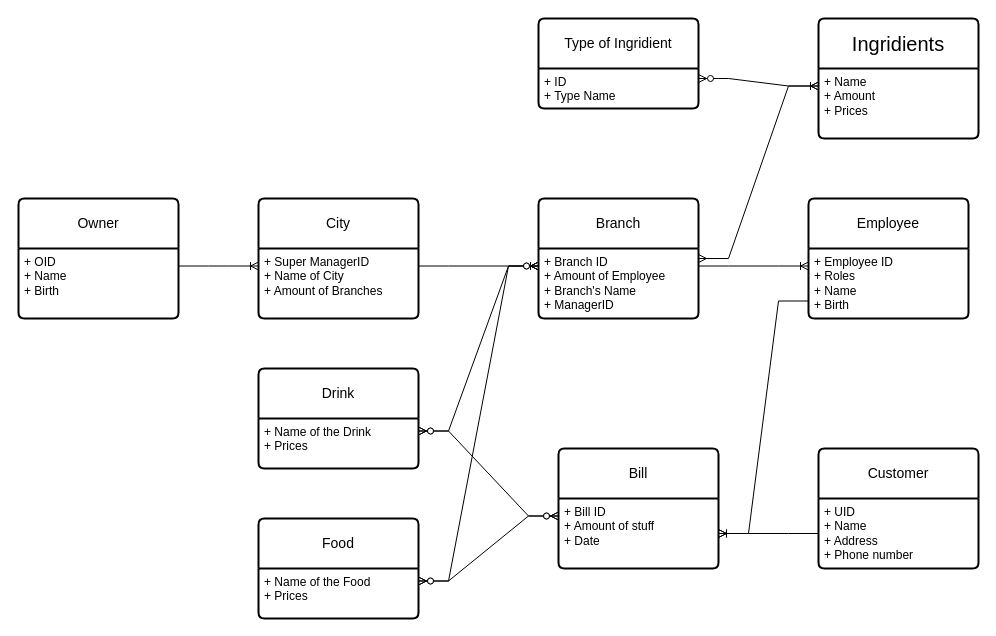
Above: Database/ER.drawio in Pencoding1/PhucLongWebApp (draw.io), before the change. Source tidied: cells renumbered, new cells numbered last; positions are measured from the earlier drawing's top-left corner, leaving out a move shared by most shapes. Both pictures are drawn from the tidied source at 100%, with x=0, y=0 at pixel (18, 18).
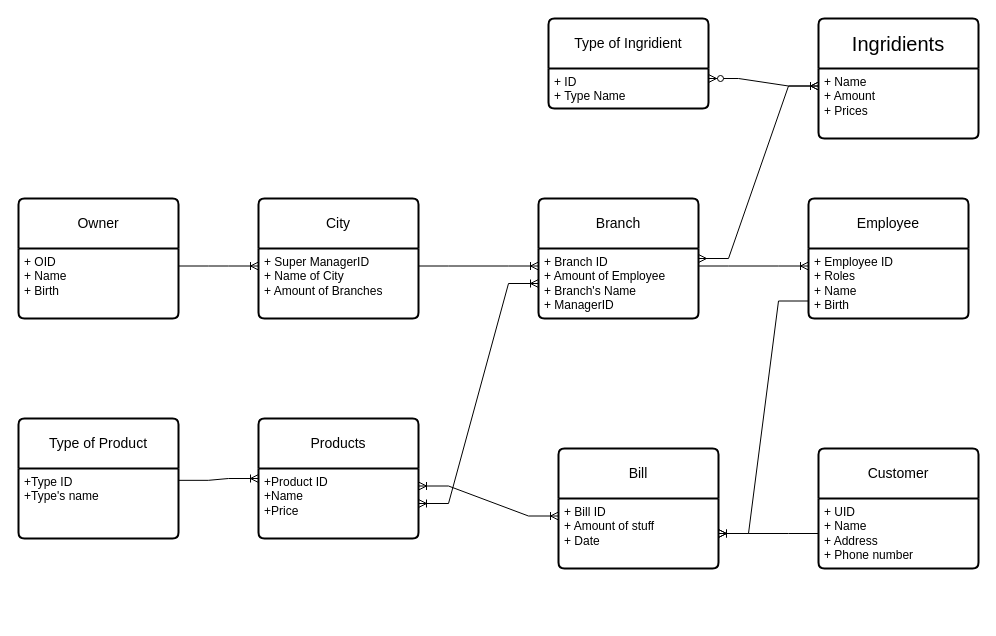
The same diagram, later.

Unchanged cells that the change refers to:
```xml
<mxCell id="5" value="+ Branch ID&lt;div&gt;+ Amount of Employee&lt;/div&gt;&lt;div&gt;+ Branch's Name&lt;/div&gt;&lt;div&gt;+ ManagerID&lt;/div&gt;" style="align=left;strokeColor=none;fillColor=none;spacingLeft=4;fontSize=12;verticalAlign=top;html=1;" parent="4" vertex="1">
  <mxGeometry y="50" width="160" height="70" as="geometry" />
</mxCell>
<mxCell id="22" value="+ Bill ID&lt;div&gt;+ Amount of stuff&lt;/div&gt;&lt;div&gt;+ Date&lt;/div&gt;" style="align=left;strokeColor=none;fillColor=none;spacingLeft=4;fontSize=12;verticalAlign=top;html=1;" parent="21" vertex="1">
  <mxGeometry y="50" width="160" height="70" as="geometry" />
</mxCell>
```

The edit, as a diff of the source:
```diff
@@
-    <mxCell id="13" value="Drink" style="swimlane;horizontal=1;startSize=50;rounded=1;fontSize=14;fontStyle=0;strokeWidth=2;shadow=0;dashed=0;align=center;arcSize=4;whiteSpace=wrap;html=1;" parent="1" vertex="1">
-      <mxGeometry x="240" y="350" width="160" height="100" as="geometry" />
-    </mxCell>
-    <mxCell id="14" value="+ Name of the Drink&lt;div&gt;+ Prices&lt;/div&gt;" style="align=left;strokeColor=none;fillColor=none;spacingLeft=4;fontSize=12;verticalAlign=top;html=1;" parent="13" vertex="1">
-      <mxGeometry y="50" width="160" height="50" as="geometry" />
-    </mxCell>
-    <mxCell id="15" style="edgeStyle=entityRelationEdgeStyle;fontSize=12;html=1;endArrow=ERzeroToMany;endFill=1;startArrow=ERzeroToMany;rounded=0;exitX=1;exitY=0.25;exitDx=0;exitDy=0;entryX=0;entryY=0.25;entryDx=0;entryDy=0;" parent="1" edge="1" source="14" target="5">
-      <mxGeometry relative="1" as="geometry" />
-    </mxCell>
-    <mxCell id="16" value="Food" style="swimlane;horizontal=1;startSize=50;rounded=1;fontSize=14;fontStyle=0;strokeWidth=2;shadow=0;dashed=0;align=center;arcSize=4;whiteSpace=wrap;html=1;" parent="1" vertex="1">
-      <mxGeometry x="240" y="500" width="160" height="100" as="geometry" />
-    </mxCell>
-    <mxCell id="17" value="+ Name of the Food&lt;div&gt;+ Prices&lt;/div&gt;&lt;div&gt;&lt;br&gt;&lt;/div&gt;" style="align=left;strokeColor=none;fillColor=none;spacingLeft=4;fontSize=12;verticalAlign=top;html=1;" parent="16" vertex="1">
-      <mxGeometry y="50" width="160" height="50" as="geometry" />
-    </mxCell>
-    <mxCell id="18" style="edgeStyle=entityRelationEdgeStyle;fontSize=12;html=1;endArrow=ERzeroToMany;endFill=1;startArrow=ERzeroToMany;rounded=0;exitX=1;exitY=0.25;exitDx=0;exitDy=0;entryX=0;entryY=0.25;entryDx=0;entryDy=0;" parent="1" edge="1" source="17" target="5">
-      <mxGeometry relative="1" as="geometry" />
-    </mxCell>
@@
-    <mxCell id="24" style="edgeStyle=entityRelationEdgeStyle;fontSize=12;html=1;endArrow=ERzeroToMany;endFill=1;startArrow=ERzeroToMany;rounded=0;exitX=0;exitY=0.25;exitDx=0;exitDy=0;entryX=1;entryY=0.25;entryDx=0;entryDy=0;" parent="1" edge="1" source="22" target="14">
-      <mxGeometry relative="1" as="geometry" />
-    </mxCell>
-    <mxCell id="25" style="edgeStyle=entityRelationEdgeStyle;fontSize=12;html=1;endArrow=ERzeroToMany;endFill=1;startArrow=ERzeroToMany;rounded=0;exitX=0;exitY=0.25;exitDx=0;exitDy=0;entryX=1;entryY=0.25;entryDx=0;entryDy=0;" parent="1" edge="1" source="22" target="17">
-      <mxGeometry relative="1" as="geometry" />
-    </mxCell>
@@
     <mxCell id="29" value="Type of Ingridient" style="swimlane;horizontal=1;startSize=50;rounded=1;fontSize=14;fontStyle=0;strokeWidth=2;shadow=0;dashed=0;align=center;arcSize=4;whiteSpace=wrap;html=1;" parent="1" vertex="1">
-      <mxGeometry x="520" width="160" height="90" as="geometry" />
+      <mxGeometry x="530" width="160" height="90" as="geometry" />
     </mxCell>
@@
+    <mxCell id="33" value="Products" style="swimlane;horizontal=1;startSize=50;rounded=1;fontSize=14;fontStyle=0;strokeWidth=2;shadow=0;dashed=0;align=center;arcSize=4;whiteSpace=wrap;html=1;" parent="1" vertex="1">
+      <mxGeometry x="240" y="400" width="160" height="120" as="geometry" />
+    </mxCell>
+    <mxCell id="34" value="+Product ID&lt;div&gt;+Name&lt;/div&gt;&lt;div&gt;+Price&lt;/div&gt;" style="align=left;strokeColor=none;fillColor=none;spacingLeft=4;fontSize=12;verticalAlign=top;html=1;" parent="33" vertex="1">
+      <mxGeometry y="50" width="160" height="70" as="geometry" />
+    </mxCell>
+    <mxCell id="35" value="Type of Product" style="swimlane;horizontal=1;startSize=50;rounded=1;fontSize=14;fontStyle=0;strokeWidth=2;shadow=0;dashed=0;align=center;arcSize=4;whiteSpace=wrap;html=1;" parent="1" vertex="1">
+      <mxGeometry y="400" width="160" height="120" as="geometry" />
+    </mxCell>
+    <mxCell id="36" value="+Type ID&lt;div&gt;+Type's name&lt;/div&gt;&lt;div&gt;&lt;br&gt;&lt;/div&gt;" style="align=left;strokeColor=none;fillColor=none;spacingLeft=4;fontSize=12;verticalAlign=top;html=1;" parent="35" vertex="1">
+      <mxGeometry y="50" width="160" height="70" as="geometry" />
+    </mxCell>
+    <mxCell id="37" style="edgeStyle=entityRelationEdgeStyle;fontSize=12;html=1;endArrow=ERoneToMany;rounded=0;exitX=0.999;exitY=0.169;exitDx=0;exitDy=0;exitPerimeter=0;entryX=0;entryY=0.5;entryDx=0;entryDy=0;" parent="1" edge="1" source="36" target="33">
+      <mxGeometry relative="1" as="geometry" />
+    </mxCell>
+    <mxCell id="38" style="edgeStyle=entityRelationEdgeStyle;fontSize=12;html=1;endArrow=ERoneToMany;startArrow=ERoneToMany;rounded=0;exitX=1;exitY=0.25;exitDx=0;exitDy=0;entryX=0;entryY=0.25;entryDx=0;entryDy=0;" parent="1" edge="1" source="34" target="22">
+      <mxGeometry relative="1" as="geometry" />
+    </mxCell>
+    <mxCell id="39" style="edgeStyle=entityRelationEdgeStyle;fontSize=12;html=1;endArrow=ERoneToMany;startArrow=ERoneToMany;rounded=0;entryX=0;entryY=0.5;entryDx=0;entryDy=0;" parent="1" edge="1" source="34" target="5">
+      <mxGeometry relative="1" as="geometry" />
+    </mxCell>
```
